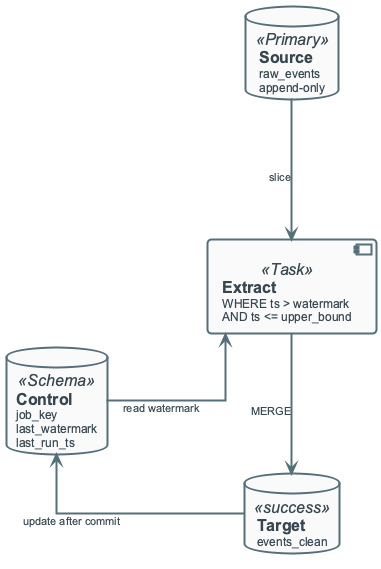
Before: diagrams/week04/week4_watermark_incremental.png, a diagram exported from PlantUML (OrPerets/data-engineering-course). Its diagram source:
```plantuml
@startuml

!include ../_template_styles.puml

left to right direction

database "**Source**\n<size:12>raw_events</size>\n<size:12>append-only</size>" as SRC <<Primary>>

database "**Control**\n<size:12>job_key</size>\n<size:12>last_watermark</size>\n<size:12>last_run_ts</size>" as CTRL <<Schema>>

component "**Extract**\n<size:12>WHERE ts > watermark</size>\n<size:12>AND ts <= upper_bound</size>" as EXTRACT <<Task>>

database "**Target**\n<size:12>events_clean</size>" as TGT <<success>>

CTRL -down-> EXTRACT : <size:11>read watermark</size>
SRC -right-> EXTRACT : <size:11>slice</size>
EXTRACT -right-> TGT : <size:11>MERGE</size>
TGT -up-> CTRL : <size:11>update after commit</size>

@enduml
```
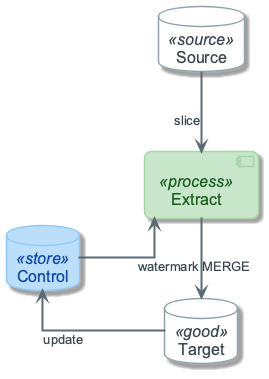
The same diagram one commit later.

Diff of the diagram source:
```diff
@@ -1,20 +1,19 @@
 @startuml
-
 !include ../_template_styles.puml
+!include _week4_visual_style.puml
 
 left to right direction
+skinparam nodesep 80
+skinparam ranksep 65
 
-database "**Source**\n<size:12>raw_events</size>\n<size:12>append-only</size>" as SRC <<Primary>>
+database "Source" as SRC <<source>>
+database "Control" as CTRL <<store>>
+component "Extract" as EXTRACT <<process>>
+database "Target" as TGT <<good>>
 
-database "**Control**\n<size:12>job_key</size>\n<size:12>last_watermark</size>\n<size:12>last_run_ts</size>" as CTRL <<Schema>>
-
-component "**Extract**\n<size:12>WHERE ts > watermark</size>\n<size:12>AND ts <= upper_bound</size>" as EXTRACT <<Task>>
-
-database "**Target**\n<size:12>events_clean</size>" as TGT <<success>>
-
-CTRL -down-> EXTRACT : <size:11>read watermark</size>
-SRC -right-> EXTRACT : <size:11>slice</size>
-EXTRACT -right-> TGT : <size:11>MERGE</size>
-TGT -up-> CTRL : <size:11>update after commit</size>
+CTRL -down-> EXTRACT : watermark
+SRC -right-> EXTRACT : slice
+EXTRACT -right-> TGT : MERGE
+TGT -up-> CTRL : update
 
 @enduml
```
